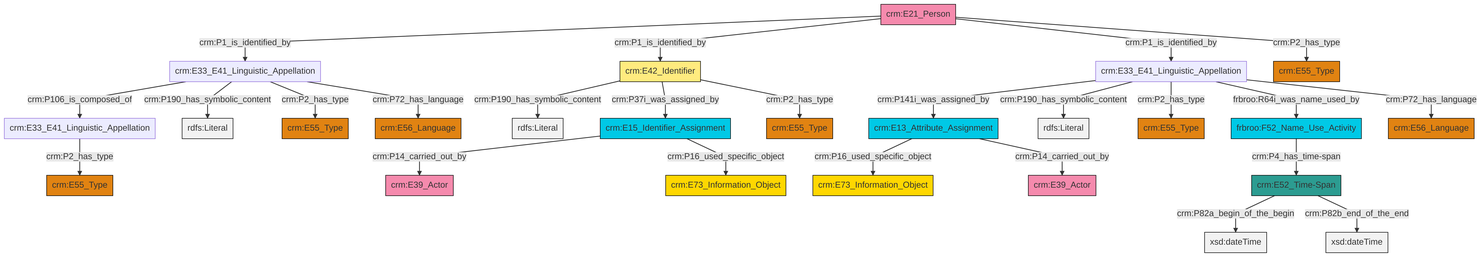
Earlier version of the Mermaid export et/personCSV/ttl/mmd/png/Person_Names_and_Classification.png (swiss-art-research-net/docs.swissartresearch). Its source is kept beside it as et/personCSV/ttl/mmd/Person_Names_and_Classification.ttl.mmd.
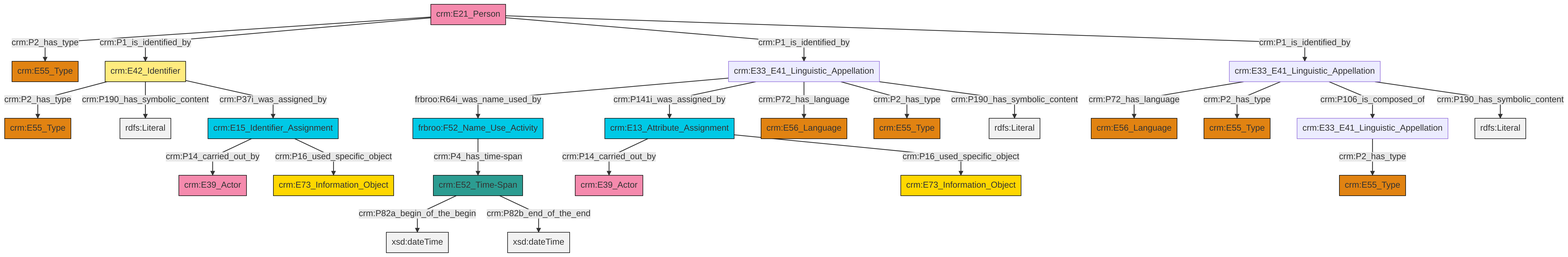
After the change.

Diff of the diagram source:
```diff
@@ -13,27 +13,27 @@
 classDef PC_Classes fill:#4ce600, stroke:#000000;
 classDef Multi fill:#cccccc,stroke:#000000;
 
-0["crm:E33_E41_Linguistic_Appellation"]:::Default -->|crm:P106_is_composed_of| 1["crm:E33_E41_Linguistic_Appellation"]:::Default
-0["crm:E33_E41_Linguistic_Appellation"]:::Default -->|crm:P190_has_symbolic_content| 4[rdfs:Literal]:::Literal
-9["crm:E13_Attribute_Assignment"]:::Temporal_Entity -->|crm:P16_used_specific_object| 7["crm:E73_Information_Object"]:::Conceptual_Object
-19["crm:E33_E41_Linguistic_Appellation"]:::Default -->|crm:P141i_was_assigned_by| 9["crm:E13_Attribute_Assignment"]:::Temporal_Entity
-5["crm:E21_Person"]:::Actor -->|crm:P1_is_identified_by| 0["crm:E33_E41_Linguistic_Appellation"]:::Default
-20["frbroo:F52_Name_Use_Activity"]:::Temporal_Entity -->|crm:P4_has_time-span| 21["crm:E52_Time-Span"]:::Time-Span
-2["crm:E15_Identifier_Assignment"]:::Temporal_Entity -->|crm:P14_carried_out_by| 22["crm:E39_Actor"]:::Actor
-1["crm:E33_E41_Linguistic_Appellation"]:::Default -->|crm:P2_has_type| 17["crm:E55_Type"]:::Type
-28["crm:E42_Identifier"]:::Appellation -->|crm:P190_has_symbolic_content| 29[rdfs:Literal]:::Literal
-9["crm:E13_Attribute_Assignment"]:::Temporal_Entity -->|crm:P14_carried_out_by| 30["crm:E39_Actor"]:::Actor
-5["crm:E21_Person"]:::Actor -->|crm:P1_is_identified_by| 28["crm:E42_Identifier"]:::Appellation
-19["crm:E33_E41_Linguistic_Appellation"]:::Default -->|crm:P190_has_symbolic_content| 33[rdfs:Literal]:::Literal
-21["crm:E52_Time-Span"]:::Time-Span -->|crm:P82a_begin_of_the_begin| 34[xsd:dateTime]:::Literal
-19["crm:E33_E41_Linguistic_Appellation"]:::Default -->|crm:P2_has_type| 12["crm:E55_Type"]:::Type
-5["crm:E21_Person"]:::Actor -->|crm:P1_is_identified_by| 19["crm:E33_E41_Linguistic_Appellation"]:::Default
-28["crm:E42_Identifier"]:::Appellation -->|crm:P37i_was_assigned_by| 2["crm:E15_Identifier_Assignment"]:::Temporal_Entity
-28["crm:E42_Identifier"]:::Appellation -->|crm:P2_has_type| 41["crm:E55_Type"]:::Type
-5["crm:E21_Person"]:::Actor -->|crm:P2_has_type| 38["crm:E55_Type"]:::Type
-19["crm:E33_E41_Linguistic_Appellation"]:::Default -->|frbroo:R64i_was_name_used_by| 20["frbroo:F52_Name_Use_Activity"]:::Temporal_Entity
-0["crm:E33_E41_Linguistic_Appellation"]:::Default -->|crm:P2_has_type| 15["crm:E55_Type"]:::Type
-19["crm:E33_E41_Linguistic_Appellation"]:::Default -->|crm:P72_has_language| 10["crm:E56_Language"]:::Type
-0["crm:E33_E41_Linguistic_Appellation"]:::Default -->|crm:P72_has_language| 23["crm:E56_Language"]:::Type
-21["crm:E52_Time-Span"]:::Time-Span -->|crm:P82b_end_of_the_end| 46[xsd:dateTime]:::Literal
-2["crm:E15_Identifier_Assignment"]:::Temporal_Entity -->|crm:P16_used_specific_object| 35["crm:E73_Information_Object"]:::Conceptual_Object
+0["crm:E33_E41_Linguistic_Appellation"]:::Default -->|frbroo:R64i_was_name_used_by| 1["frbroo:F52_Name_Use_Activity"]:::Temporal_Entity
+0["crm:E33_E41_Linguistic_Appellation"]:::Default -->|crm:P141i_was_assigned_by| 2["crm:E13_Attribute_Assignment"]:::Temporal_Entity
+7["crm:E21_Person"]:::Actor -->|crm:P2_has_type| 8["crm:E55_Type"]:::Type
+0["crm:E33_E41_Linguistic_Appellation"]:::Default -->|crm:P72_has_language| 9["crm:E56_Language"]:::Type
+10["crm:E33_E41_Linguistic_Appellation"]:::Default -->|crm:P2_has_type| 11["crm:E55_Type"]:::Type
+15["crm:E52_Time-Span"]:::Time-Span -->|crm:P82a_begin_of_the_begin| 16[xsd:dateTime]:::Literal
+19["crm:E42_Identifier"]:::Appellation -->|crm:P2_has_type| 17["crm:E55_Type"]:::Type
+5["crm:E33_E41_Linguistic_Appellation"]:::Default -->|crm:P72_has_language| 20["crm:E56_Language"]:::Type
+13["crm:E15_Identifier_Assignment"]:::Temporal_Entity -->|crm:P14_carried_out_by| 21["crm:E39_Actor"]:::Actor
+19["crm:E42_Identifier"]:::Appellation -->|crm:P190_has_symbolic_content| 23[rdfs:Literal]:::Literal
+7["crm:E21_Person"]:::Actor -->|crm:P1_is_identified_by| 19["crm:E42_Identifier"]:::Appellation
+0["crm:E33_E41_Linguistic_Appellation"]:::Default -->|crm:P2_has_type| 25["crm:E55_Type"]:::Type
+5["crm:E33_E41_Linguistic_Appellation"]:::Default -->|crm:P2_has_type| 3["crm:E55_Type"]:::Type
+5["crm:E33_E41_Linguistic_Appellation"]:::Default -->|crm:P106_is_composed_of| 10["crm:E33_E41_Linguistic_Appellation"]:::Default
+5["crm:E33_E41_Linguistic_Appellation"]:::Default -->|crm:P190_has_symbolic_content| 27[rdfs:Literal]:::Literal
+15["crm:E52_Time-Span"]:::Time-Span -->|crm:P82b_end_of_the_end| 28[xsd:dateTime]:::Literal
+7["crm:E21_Person"]:::Actor -->|crm:P1_is_identified_by| 0["crm:E33_E41_Linguistic_Appellation"]:::Default
+19["crm:E42_Identifier"]:::Appellation -->|crm:P37i_was_assigned_by| 13["crm:E15_Identifier_Assignment"]:::Temporal_Entity
+2["crm:E13_Attribute_Assignment"]:::Temporal_Entity -->|crm:P14_carried_out_by| 32["crm:E39_Actor"]:::Actor
+1["frbroo:F52_Name_Use_Activity"]:::Temporal_Entity -->|crm:P4_has_time-span| 15["crm:E52_Time-Span"]:::Time-Span
+0["crm:E33_E41_Linguistic_Appellation"]:::Default -->|crm:P190_has_symbolic_content| 42[rdfs:Literal]:::Literal
+13["crm:E15_Identifier_Assignment"]:::Temporal_Entity -->|crm:P16_used_specific_object| 36["crm:E73_Information_Object"]:::Conceptual_Object
+2["crm:E13_Attribute_Assignment"]:::Temporal_Entity -->|crm:P16_used_specific_object| 33["crm:E73_Information_Object"]:::Conceptual_Object
+7["crm:E21_Person"]:::Actor -->|crm:P1_is_identified_by| 5["crm:E33_E41_Linguistic_Appellation"]:::Default
```
